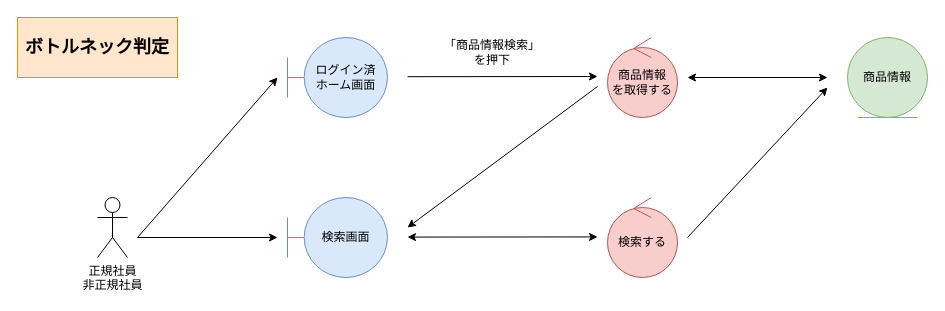
This is page "*ボトルネック判定" (2 of 3) of 各種設計書/3ロバストネス図/商品情報管理/2.検索機能.drawio from HaruShim/Sotuken, a draw.io file, before an edit. Source tidied: cells renumbered, new cells numbered last; positions are measured from the earlier drawing's top-left corner, leaving out a move shared by most shapes. Both pictures are drawn from the tidied source at 100%, with x=0, y=0 at pixel (17, 17).
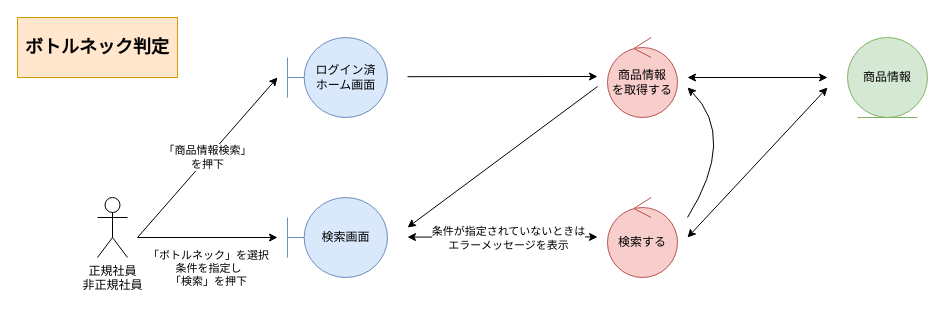
The same diagram, later.

The edit, as a diff of the source:
```diff
@@
-    <mxCell id="6" style="endArrow=classic;html=1;rounded=0;" parent="1" edge="1">
-      <mxGeometry relative="1" as="geometry">
-        <mxPoint x="390" y="59.2" as="sourcePoint" />
-        <mxPoint x="580" y="59" as="targetPoint" />
-      </mxGeometry>
-    </mxCell>
+    <mxCell id="17" style="endArrow=classic;html=1;rounded=0;" parent="1" edge="1">
+      <mxGeometry relative="1" as="geometry">
+        <mxPoint x="390" y="59.2" as="sourcePoint" />
+        <mxPoint x="580" y="59" as="targetPoint" />
+      </mxGeometry>
+    </mxCell>
+    <mxCell id="18" style="endArrow=classic;html=1;rounded=0;strokeColor=default;labelBackgroundColor=default;fontColor=default;" parent="1" edge="1">
+      <mxGeometry relative="1" as="geometry">
+        <mxPoint x="120" y="220" as="sourcePoint" />
+        <mxPoint x="260" y="60" as="targetPoint" />
+      </mxGeometry>
+    </mxCell>
-    <mxCell id="7" value="「商品情報検索」&lt;br&gt;を押下" style="text;html=1;strokeColor=none;fillColor=none;align=center;verticalAlign=middle;whiteSpace=wrap;rounded=0;" parent="1" vertex="1">
-      <mxGeometry x="420" y="20" width="110" height="30" as="geometry" />
+    <mxCell id="7" value="「商品情報検索」&lt;br&gt;を押下" style="edgeLabel;html=1;align=center;verticalAlign=middle;fontColor=default;labelBackgroundColor=default;" parent="18" vertex="1">
+      <mxGeometry x="0.14" relative="1" as="geometry">
+        <mxPoint x="-10" y="11" as="offset" />
+      </mxGeometry>
     </mxCell>
-    <mxCell id="8" style="endArrow=classic;html=1;rounded=0;" parent="1" edge="1">
-      <mxGeometry relative="1" as="geometry">
-        <mxPoint x="120" y="220" as="sourcePoint" />
-        <mxPoint x="260" y="60" as="targetPoint" />
-      </mxGeometry>
-    </mxCell>
-    <mxCell id="9" style="endArrow=classic;html=1;rounded=0;" parent="1" edge="1">
-      <mxGeometry relative="1" as="geometry">
-        <mxPoint x="120" y="220" as="sourcePoint" />
-        <mxPoint x="260" y="220" as="targetPoint" />
-      </mxGeometry>
-    </mxCell>
-    <mxCell id="10" style="endArrow=classic;html=1;rounded=0;startArrow=classic;startFill=1;" parent="1" edge="1">
-      <mxGeometry relative="1" as="geometry">
-        <mxPoint x="670" y="60" as="sourcePoint" />
-        <mxPoint x="810" y="60" as="targetPoint" />
-      </mxGeometry>
-    </mxCell>
+    <mxCell id="19" style="endArrow=classic;html=1;rounded=0;strokeColor=default;labelBackgroundColor=default;fontColor=default;" parent="1" edge="1">
+      <mxGeometry relative="1" as="geometry">
+        <mxPoint x="120" y="220" as="sourcePoint" />
+        <mxPoint x="260" y="220" as="targetPoint" />
+      </mxGeometry>
+    </mxCell>
+    <mxCell id="20" value="「ボトルネック」を選択&lt;br&gt;条件を指定し&lt;br&gt;「検索」を押下" style="edgeLabel;html=1;align=center;verticalAlign=middle;fontColor=default;labelBackgroundColor=default;" parent="19" vertex="1">
+      <mxGeometry x="0.24" y="-2" relative="1" as="geometry">
+        <mxPoint x="-17" y="28" as="offset" />
+      </mxGeometry>
+    </mxCell>
+    <mxCell id="21" style="endArrow=classic;html=1;rounded=0;startArrow=classic;startFill=1;" parent="1" edge="1">
+      <mxGeometry relative="1" as="geometry">
+        <mxPoint x="670" y="60" as="sourcePoint" />
+        <mxPoint x="810" y="60" as="targetPoint" />
+      </mxGeometry>
+    </mxCell>
@@
-    <mxCell id="13" style="endArrow=classic;html=1;rounded=0;" parent="1" edge="1">
-      <mxGeometry relative="1" as="geometry">
-        <mxPoint x="580" y="69" as="sourcePoint" />
-        <mxPoint x="390" y="210" as="targetPoint" />
-      </mxGeometry>
-    </mxCell>
-    <mxCell id="14" style="endArrow=classic;html=1;rounded=0;startArrow=classic;startFill=1;" parent="1" edge="1">
-      <mxGeometry relative="1" as="geometry">
-        <mxPoint x="390" y="219.6" as="sourcePoint" />
-        <mxPoint x="580" y="219.4" as="targetPoint" />
-      </mxGeometry>
-    </mxCell>
-    <mxCell id="15" style="endArrow=classic;html=1;rounded=0;" parent="1" edge="1">
-      <mxGeometry relative="1" as="geometry">
-        <mxPoint x="670" y="220" as="sourcePoint" />
-        <mxPoint x="810" y="70" as="targetPoint" />
-      </mxGeometry>
-    </mxCell>
+    <mxCell id="22" style="endArrow=classic;html=1;rounded=0;" parent="1" edge="1">
+      <mxGeometry relative="1" as="geometry">
+        <mxPoint x="580" y="69" as="sourcePoint" />
+        <mxPoint x="390" y="210" as="targetPoint" />
+      </mxGeometry>
+    </mxCell>
+    <mxCell id="23" style="endArrow=classic;html=1;rounded=0;startArrow=classic;startFill=1;strokeColor=default;labelBackgroundColor=default;fontColor=default;" parent="1" edge="1">
+      <mxGeometry relative="1" as="geometry">
+        <mxPoint x="390" y="219.6" as="sourcePoint" />
+        <mxPoint x="580" y="219.4" as="targetPoint" />
+      </mxGeometry>
+    </mxCell>
+    <mxCell id="24" value="条件が指定されていないときは&lt;br&gt;エラーメッセージを表示" style="edgeLabel;html=1;align=center;verticalAlign=middle;fontColor=default;labelBackgroundColor=default;" parent="23" vertex="1">
+      <mxGeometry x="0.23" y="-1" relative="1" as="geometry">
+        <mxPoint x="-17" as="offset" />
+      </mxGeometry>
+    </mxCell>
+    <mxCell id="25" style="endArrow=classic;html=1;rounded=0;startArrow=classic;startFill=1;strokeColor=default;labelBackgroundColor=default;fontColor=default;" parent="1" edge="1">
+      <mxGeometry relative="1" as="geometry">
+        <mxPoint x="670" y="220" as="sourcePoint" />
+        <mxPoint x="810" y="70" as="targetPoint" />
+      </mxGeometry>
+    </mxCell>
@@
+    <mxCell id="26" style="curved=1;endArrow=classic;html=1;rounded=0;labelBackgroundColor=default;fontColor=default;strokeColor=default;" parent="1" edge="1">
+      <mxGeometry relative="1" as="geometry">
+        <mxPoint x="670" y="200" as="sourcePoint" />
+        <mxPoint x="670" y="70" as="targetPoint" />
+        <Array as="points">
+          <mxPoint x="720" y="120" />
+        </Array>
+      </mxGeometry>
+    </mxCell>
```
